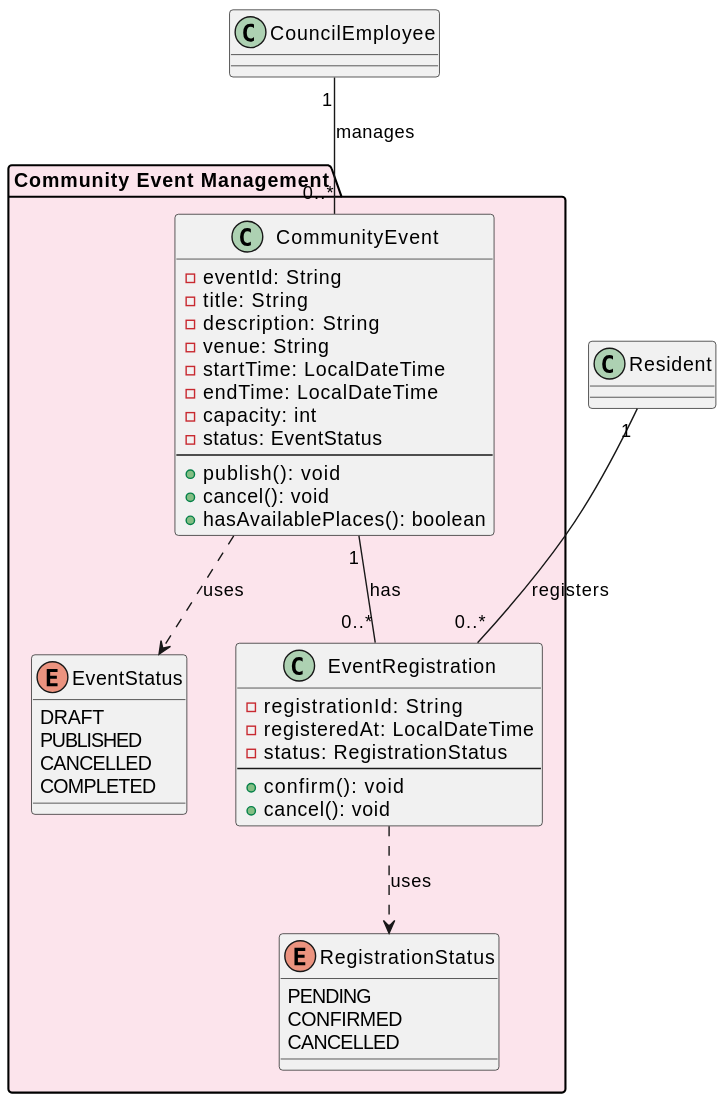
gg-sajanbasnet/ICT602-MEL_S2_2026-1 keeps this PlantUML diagram as out/docs/uml/modules/event-management/event-management.svg. Above is the earlier version.
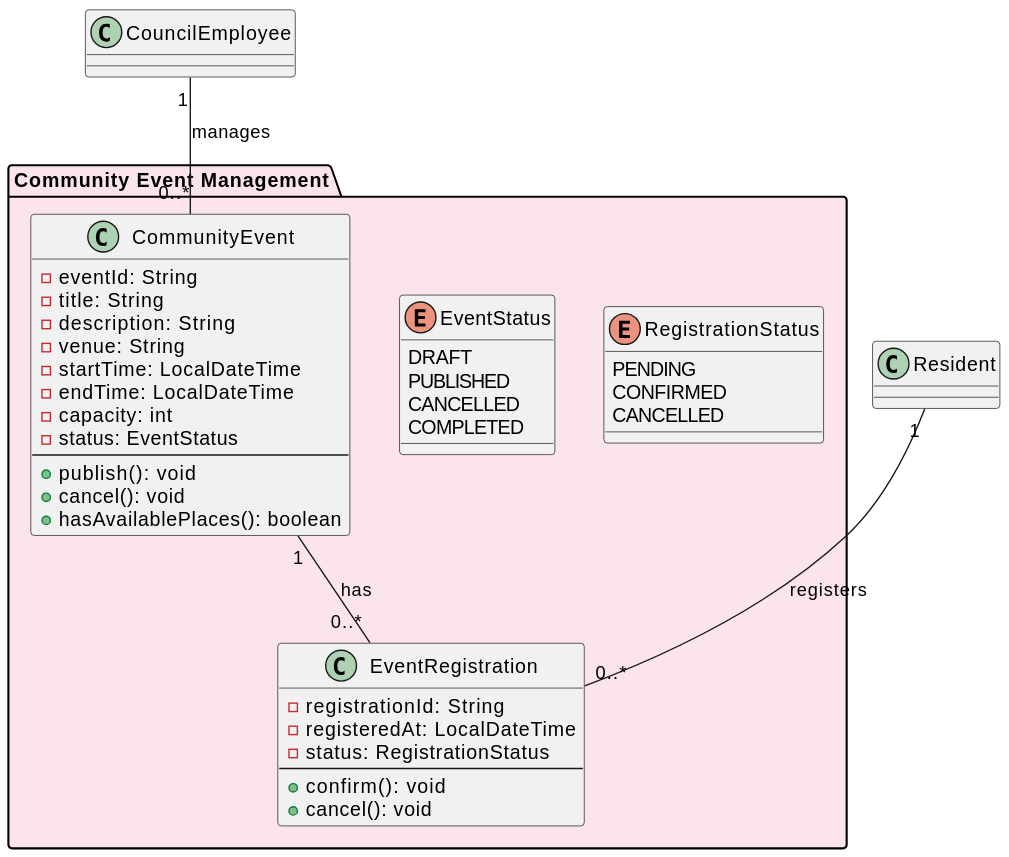
After the change.

Diff of the diagram source:
```diff
@@ -46,7 +46,4 @@
 Resident "1" -- "0..*" EventRegistration : registers
 
 CommunityEvent "1" -- "0..*" EventRegistration : has
-
-CommunityEvent ..> EventStatus : uses
-EventRegistration ..> RegistrationStatus : uses
 @enduml
```
